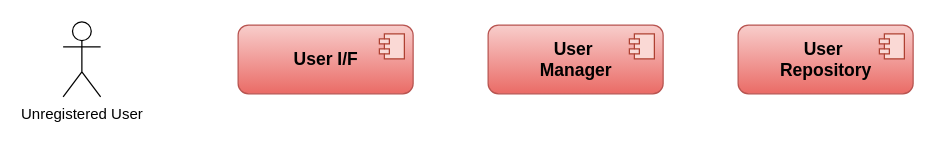
This is SAD Sequence Diagrams.drawio from Itaybarbar/myProject, a draw.io file, before an edit. Source tidied: cells renumbered, new cells numbered last; positions are measured from the earlier drawing's top-left corner, leaving out a move shared by most shapes. Both pictures are drawn from the tidied source at 125%, with x=0, y=0 at pixel (62, 21).
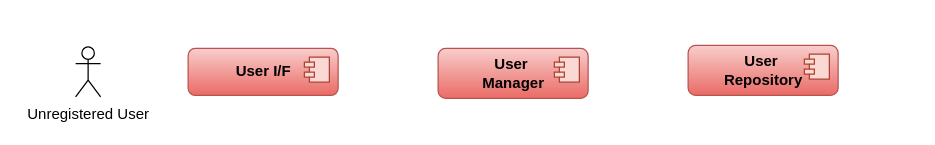
The same diagram, later.

Change to the diagram source:
```diff
@@
 <mxGraphModel>
   <root>
     <mxCell id="0" />
     <mxCell id="1" parent="0" />
     <mxCell id="2" value="Unregistered User" style="shape=umlActor;verticalLabelPosition=bottom;verticalAlign=top;html=1;" parent="1" vertex="1">
-      <mxGeometry width="30" height="60" as="geometry" />
+      <mxGeometry x="10" y="20" width="20" height="40" as="geometry" />
     </mxCell>
-    <mxCell id="3" value="&lt;font style=&quot;font-size: 14px&quot;&gt;&lt;b&gt;User I/F&lt;/b&gt;&lt;/font&gt;" style="html=1;rounded=1;strokeWidth=1;fillColor=#f8cecc;gradientColor=#ea6b66;strokeColor=#b85450;" parent="1" vertex="1">
-      <mxGeometry x="140" y="2.5" width="140" height="55" as="geometry" />
+    <mxCell id="3" value="&lt;font size=&quot;1&quot;&gt;&lt;b style=&quot;font-size: 12px&quot;&gt;User I/F&lt;/b&gt;&lt;/font&gt;" style="html=1;rounded=1;strokeWidth=1;fillColor=#f8cecc;gradientColor=#ea6b66;strokeColor=#b85450;" parent="1" vertex="1">
+      <mxGeometry x="100" y="21.2" width="120" height="37.5" as="geometry" />
     </mxCell>
     <mxCell id="4" style="shape=module;jettyWidth=8;jettyHeight=4;fillColor=#fad9d5;strokeColor=#ae4132;" parent="3" vertex="1">
       <mxGeometry x="1" width="20" height="20" relative="1" as="geometry">
         <mxPoint x="-27" y="7" as="offset" />
       </mxGeometry>
     </mxCell>
-    <mxCell id="5" value="&lt;div&gt;&lt;b style=&quot;font-size: 14px&quot;&gt;User&amp;nbsp;&lt;/b&gt;&lt;/div&gt;&lt;div&gt;&lt;b style=&quot;font-size: 14px&quot;&gt;Manager&lt;/b&gt;&lt;/div&gt;" style="html=1;rounded=1;strokeWidth=1;fillColor=#f8cecc;gradientColor=#ea6b66;strokeColor=#b85450;align=center;" parent="1" vertex="1">
-      <mxGeometry x="340" y="2.5" width="140" height="55" as="geometry" />
+    <mxCell id="5" value="&lt;div&gt;&lt;b&gt;&lt;font style=&quot;font-size: 12px&quot;&gt;User&amp;nbsp;&lt;/font&gt;&lt;/b&gt;&lt;/div&gt;&lt;div&gt;&lt;b&gt;&lt;font style=&quot;font-size: 12px&quot;&gt;Manager&lt;/font&gt;&lt;/b&gt;&lt;/div&gt;" style="html=1;rounded=1;strokeWidth=1;fillColor=#f8cecc;gradientColor=#ea6b66;strokeColor=#b85450;align=center;" parent="1" vertex="1">
+      <mxGeometry x="300" y="21.2" width="120" height="40" as="geometry" />
     </mxCell>
     <mxCell id="6" style="shape=module;jettyWidth=8;jettyHeight=4;fillColor=#fad9d5;strokeColor=#ae4132;" parent="5" vertex="1">
       <mxGeometry x="1" width="20" height="20" relative="1" as="geometry">
         <mxPoint x="-27" y="7" as="offset" />
       </mxGeometry>
     </mxCell>
-    <mxCell id="7" value="&lt;div&gt;&lt;b style=&quot;font-size: 14px&quot;&gt;User&amp;nbsp;&lt;/b&gt;&lt;/div&gt;&lt;div&gt;&lt;b style=&quot;font-size: 14px&quot;&gt;Repository&lt;/b&gt;&lt;/div&gt;" style="html=1;rounded=1;strokeWidth=1;fillColor=#f8cecc;gradientColor=#ea6b66;strokeColor=#b85450;align=center;" parent="1" vertex="1">
-      <mxGeometry x="540" y="2.5" width="140" height="55" as="geometry" />
+    <mxCell id="7" value="&lt;div&gt;&lt;b&gt;&lt;font style=&quot;font-size: 12px&quot;&gt;User&amp;nbsp;&lt;/font&gt;&lt;/b&gt;&lt;/div&gt;&lt;div&gt;&lt;b&gt;&lt;font style=&quot;font-size: 12px&quot;&gt;Repository&lt;/font&gt;&lt;/b&gt;&lt;/div&gt;" style="html=1;rounded=1;strokeWidth=1;fillColor=#f8cecc;gradientColor=#ea6b66;strokeColor=#b85450;align=center;" parent="1" vertex="1">
+      <mxGeometry x="500" y="18.8" width="120" height="40" as="geometry" />
     </mxCell>
     <mxCell id="8" style="shape=module;jettyWidth=8;jettyHeight=4;fillColor=#fad9d5;strokeColor=#ae4132;" parent="7" vertex="1">
       <mxGeometry x="1" width="20" height="20" relative="1" as="geometry">
         <mxPoint x="-27" y="7" as="offset" />
       </mxGeometry>
     </mxCell>
   </root>
 </mxGraphModel>
```
